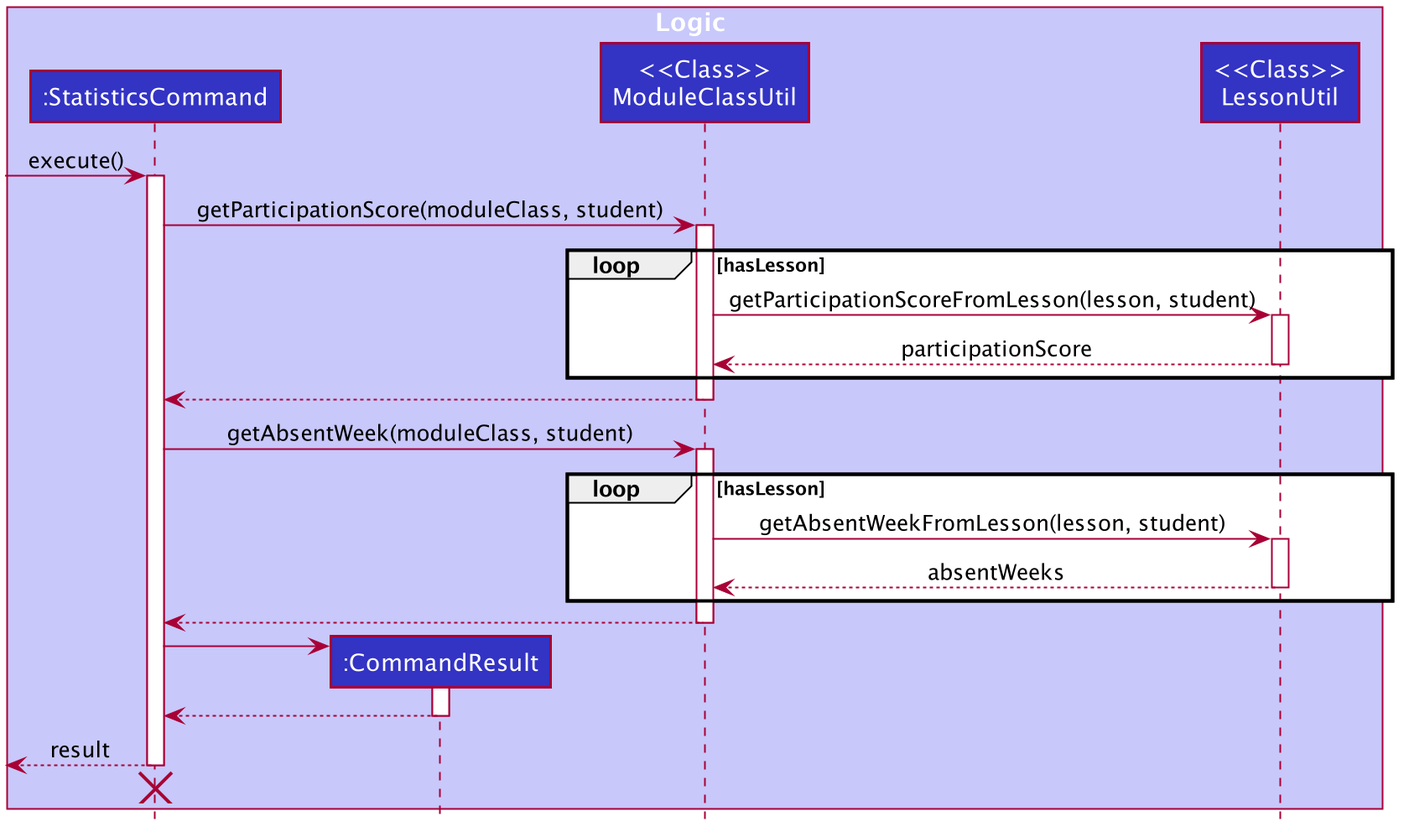
ypinhsuan/tp keeps this PlantUML diagram as docs/images/StatisticsSequenceDiagram.png. Above is the earlier version.
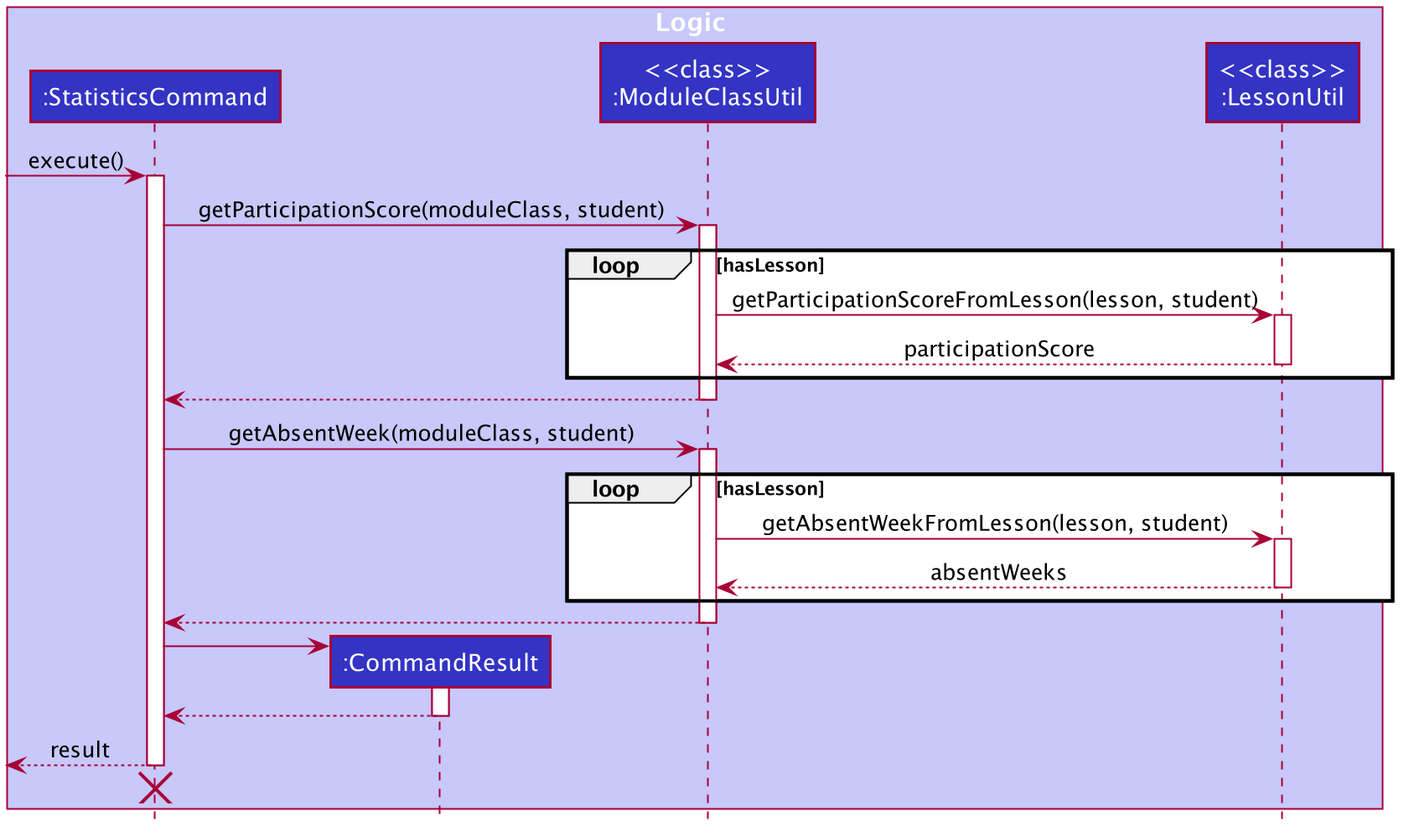
Above is the later version.

Change to the diagram source:
```diff
@@ -51,8 +51,8 @@
 box Logic #C8C8FA
 participant ":StatisticsCommand" as StatisticsCommand #3333C4
 participant ":CommandResult" as CommandResult #3333C4
-participant "<<Class>>\nModuleClassUtil" as ModuleClassUtil #3333C4
-participant "<<Class>>\nLessonUtil" as LessonUtil #3333C4
+participant "<<class>>\n:ModuleClassUtil" as ModuleClassUtil #3333C4
+participant "<<class>>\n:LessonUtil" as LessonUtil #3333C4
 end box
 
 -> StatisticsCommand : execute()
```
